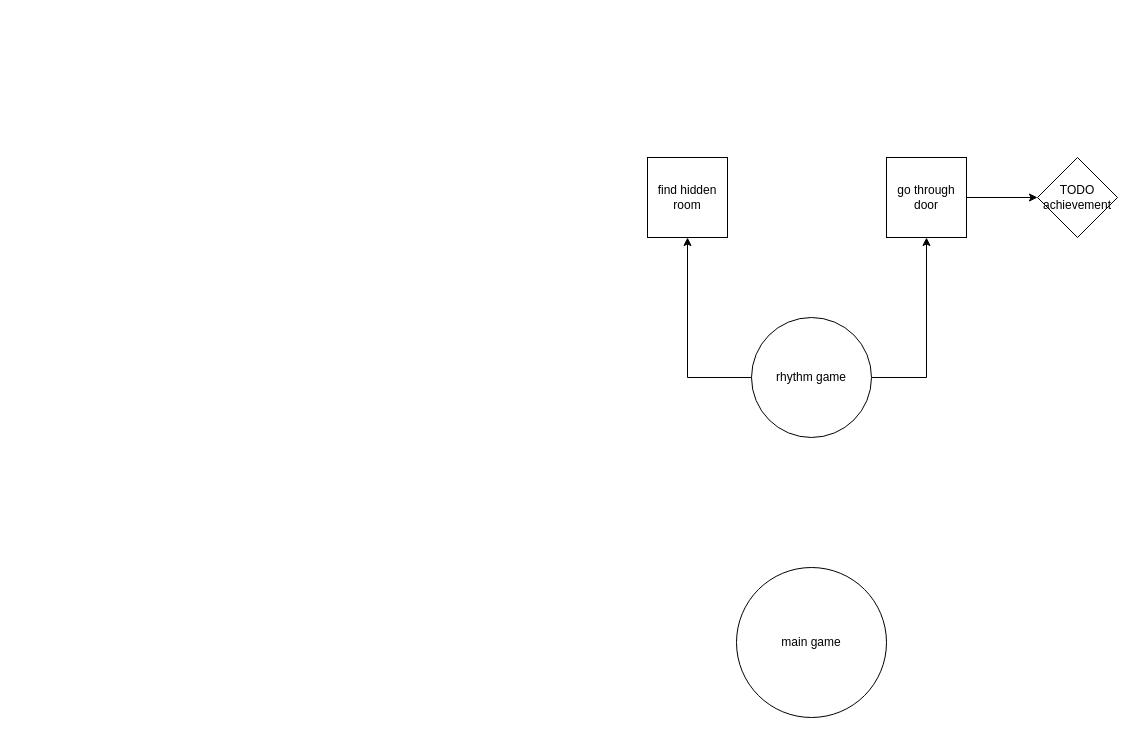
Hapcoder11/things keeps this draw.io diagram as puzzles.drawio. Above is the earlier version. Source tidied: cells renumbered, new cells numbered last; positions are measured from the earlier drawing's top-left corner, leaving out a move shared by most shapes. Both pictures are drawn from the tidied source at 100%, with x=0, y=0 at pixel (647, 157).
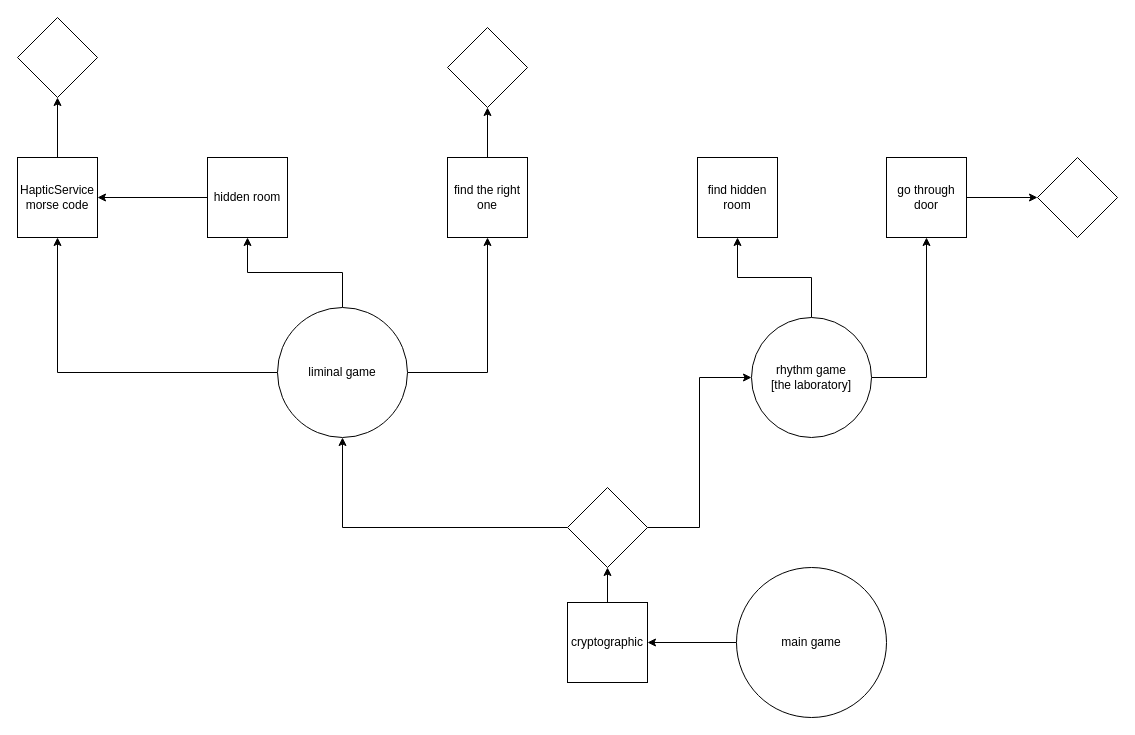
After the change.

Unchanged cells that the change refers to:
```xml
<mxCell id="2" value="main game" style="ellipse;whiteSpace=wrap;html=1;" parent="1" vertex="1">
  <mxGeometry x="89" y="410" width="150" height="150" as="geometry" />
</mxCell>
```

Diff of the diagram source:
```diff
@@
+    <mxCell id="10" style="edgeStyle=orthogonalEdgeStyle;rounded=0;jettySize=auto;html=1;entryX=1;entryY=0.5;entryDx=0;entryDy=0;" parent="1" edge="1" source="2" target="18">
+      <mxGeometry relative="1" as="geometry" />
+    </mxCell>
@@
-    <mxCell id="5" value="rhythm game" style="ellipse;whiteSpace=wrap;html=1;" parent="1" vertex="1">
+    <mxCell id="5" value="rhythm game&lt;div&gt;[the laboratory]&lt;/div&gt;" style="ellipse;whiteSpace=wrap;html=1;" parent="1" vertex="1">
       <mxGeometry x="104" y="160" width="120" height="120" as="geometry" />
     </mxCell>
@@
     <mxCell id="8" value="find hidden room" style="whiteSpace=wrap;html=1;" parent="1" vertex="1">
-      <mxGeometry width="80" height="80" as="geometry" />
+      <mxGeometry x="50" width="80" height="80" as="geometry" />
     </mxCell>
-    <mxCell id="9" value="TODO achievement" style="rhombus;whiteSpace=wrap;html=1;" parent="1" vertex="1">
+    <mxCell id="9" style="rhombus;whiteSpace=wrap;html=1;" parent="1" vertex="1">
       <mxGeometry x="390" width="80" height="80" as="geometry" />
     </mxCell>
+    <mxCell id="11" style="edgeStyle=orthogonalEdgeStyle;rounded=0;jettySize=auto;html=1;entryX=0.5;entryY=1;entryDx=0;entryDy=0;" parent="1" edge="1" source="14" target="16">
+      <mxGeometry relative="1" as="geometry" />
+    </mxCell>
+    <mxCell id="12" style="edgeStyle=orthogonalEdgeStyle;rounded=0;jettySize=auto;html=1;entryX=0.5;entryY=1;entryDx=0;entryDy=0;" parent="1" edge="1" source="14" target="24">
+      <mxGeometry relative="1" as="geometry" />
+    </mxCell>
+    <mxCell id="13" style="edgeStyle=orthogonalEdgeStyle;rounded=0;jettySize=auto;html=1;entryX=0.5;entryY=1;entryDx=0;entryDy=0;" parent="1" edge="1" source="14" target="26">
+      <mxGeometry relative="1" as="geometry" />
+    </mxCell>
+    <mxCell id="14" value="liminal game" style="ellipse;whiteSpace=wrap;html=1;" parent="1" vertex="1">
+      <mxGeometry x="-370" y="150" width="130" height="130" as="geometry" />
+    </mxCell>
+    <mxCell id="15" style="edgeStyle=orthogonalEdgeStyle;rounded=0;jettySize=auto;html=1;entryX=0.5;entryY=1;entryDx=0;entryDy=0;" parent="1" edge="1" source="16" target="22">
+      <mxGeometry relative="1" as="geometry" />
+    </mxCell>
+    <mxCell id="16" value="find the right one" style="whiteSpace=wrap;html=1;" parent="1" vertex="1">
+      <mxGeometry x="-200" width="80" height="80" as="geometry" />
+    </mxCell>
+    <mxCell id="17" style="edgeStyle=orthogonalEdgeStyle;rounded=0;jettySize=auto;html=1;entryX=0.5;entryY=1;entryDx=0;entryDy=0;" parent="1" edge="1" source="18" target="21">
+      <mxGeometry relative="1" as="geometry" />
+    </mxCell>
+    <mxCell id="18" value="cryptographic" style="whiteSpace=wrap;html=1;" parent="1" vertex="1">
+      <mxGeometry x="-80" y="445" width="80" height="80" as="geometry" />
+    </mxCell>
+    <mxCell id="19" style="edgeStyle=orthogonalEdgeStyle;rounded=0;jettySize=auto;html=1;entryX=0.5;entryY=1;entryDx=0;entryDy=0;" parent="1" edge="1" source="21" target="14">
+      <mxGeometry relative="1" as="geometry" />
+    </mxCell>
+    <mxCell id="20" style="edgeStyle=orthogonalEdgeStyle;rounded=0;jettySize=auto;html=1;entryX=0;entryY=0.5;entryDx=0;entryDy=0;" parent="1" edge="1" source="21" target="5">
+      <mxGeometry relative="1" as="geometry" />
+    </mxCell>
+    <mxCell id="21" style="rhombus;whiteSpace=wrap;html=1;" parent="1" vertex="1">
+      <mxGeometry x="-80" y="330" width="80" height="80" as="geometry" />
+    </mxCell>
+    <mxCell id="22" style="rhombus;whiteSpace=wrap;html=1;" parent="1" vertex="1">
+      <mxGeometry x="-200" y="-130" width="80" height="80" as="geometry" />
+    </mxCell>
+    <mxCell id="23" style="edgeStyle=orthogonalEdgeStyle;rounded=0;jettySize=auto;html=1;entryX=0.5;entryY=1;entryDx=0;entryDy=0;" parent="1" edge="1" source="24" target="27">
+      <mxGeometry relative="1" as="geometry" />
+    </mxCell>
+    <mxCell id="24" value="HapticService morse code" style="whiteSpace=wrap;html=1;" parent="1" vertex="1">
+      <mxGeometry x="-630" width="80" height="80" as="geometry" />
+    </mxCell>
+    <mxCell id="25" style="edgeStyle=orthogonalEdgeStyle;rounded=0;jettySize=auto;html=1;entryX=1;entryY=0.5;entryDx=0;entryDy=0;" parent="1" edge="1" source="26" target="24">
+      <mxGeometry relative="1" as="geometry" />
+    </mxCell>
+    <mxCell id="26" value="hidden room" style="whiteSpace=wrap;html=1;" parent="1" vertex="1">
+      <mxGeometry x="-440" width="80" height="80" as="geometry" />
+    </mxCell>
+    <mxCell id="27" style="rhombus;whiteSpace=wrap;html=1;" parent="1" vertex="1">
+      <mxGeometry x="-630" y="-140" width="80" height="80" as="geometry" />
+    </mxCell>
```
